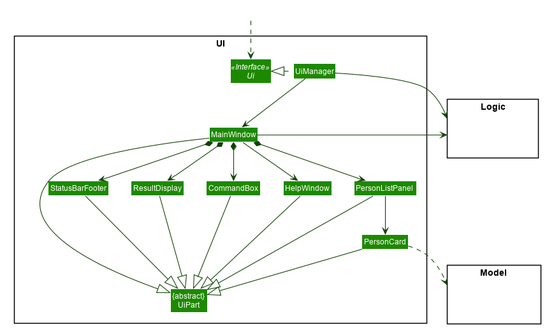
nus-cs2103-AY2021S1/tp keeps this PlantUML diagram as docs/images/UiClassDiagram.png. Above is the earlier version.
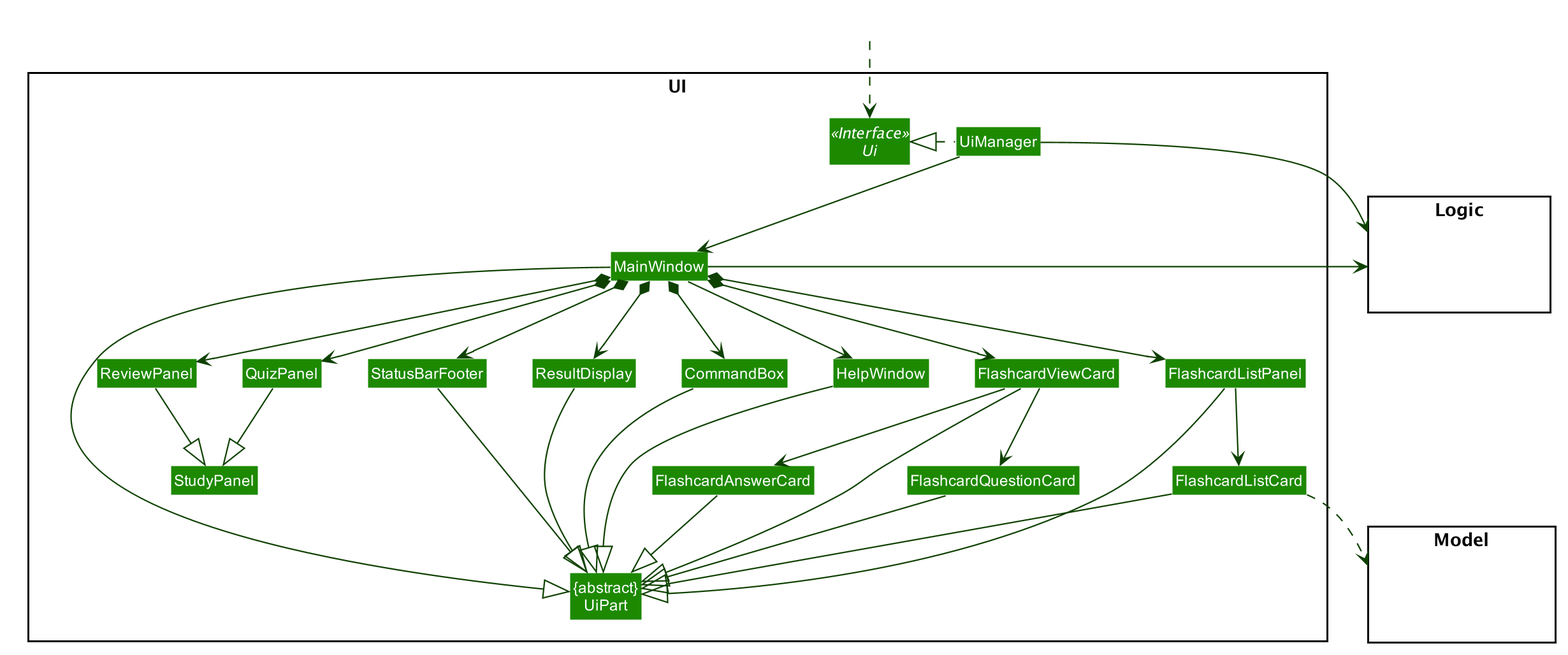
Later version of the same file.

What changed in the source:
```diff
@@ -57,9 +57,15 @@
 Class UiManager
 Class MainWindow
 Class HelpWindow
+Class StudyPanel
+Class QuizPanel
+Class ReviewPanel
 Class ResultDisplay
-Class PersonListPanel
-Class PersonCard
+Class FlashcardListPanel
+Class FlashcardListCard
+Class FlashcardViewCard
+Class FlashcardQuestionCard
+Class FlashcardAnswerCard
 Class StatusBarFooter
 Class CommandBox
 }
@@ -80,25 +86,38 @@
 MainWindow --> HelpWindow
 MainWindow *-down-> CommandBox
 MainWindow *-down-> ResultDisplay
-MainWindow *-down-> PersonListPanel
+MainWindow *-down-> FlashcardListPanel
+MainWindow *-down-> FlashcardViewCard
 MainWindow *-down-> StatusBarFooter
+MainWindow *-down-> ReviewPanel
+MainWindow *-down-> QuizPanel
 
-PersonListPanel -down-> PersonCard
+ReviewPanel --|> StudyPanel
+QuizPanel --|> StudyPanel
+
+FlashcardListPanel -down-> FlashcardListCard
+FlashcardViewCard -down-> FlashcardQuestionCard
+FlashcardViewCard -down-> FlashcardAnswerCard
 
 MainWindow -left-|> UiPart
 
 ResultDisplay --|> UiPart
 CommandBox --|> UiPart
-PersonListPanel --|> UiPart
-PersonCard --|> UiPart
+FlashcardListPanel --|> UiPart
+FlashcardListCard --|> UiPart
+FlashcardViewCard --|> UiPart
+FlashcardQuestionCard --|> UiPart
+FlashcardAnswerCard --|> UiPart
 StatusBarFooter --|> UiPart
 HelpWindow -down-|> UiPart
 
-PersonCard ..> Model
+FlashcardListCard ..> Model
 UiManager -right-> Logic
 MainWindow -left-> Logic
 
-PersonListPanel -[hidden]left- HelpWindow
+QuizPanel -[hidden]left- ReviewPanel
+FlashcardListPanel -[hidden]left- FlashcardViewCard
+FlashcardViewCard -[hidden]left- HelpWindow
 HelpWindow -[hidden]left- CommandBox
 CommandBox -[hidden]left- ResultDisplay
 ResultDisplay -[hidden]left- StatusBarFooter
```
